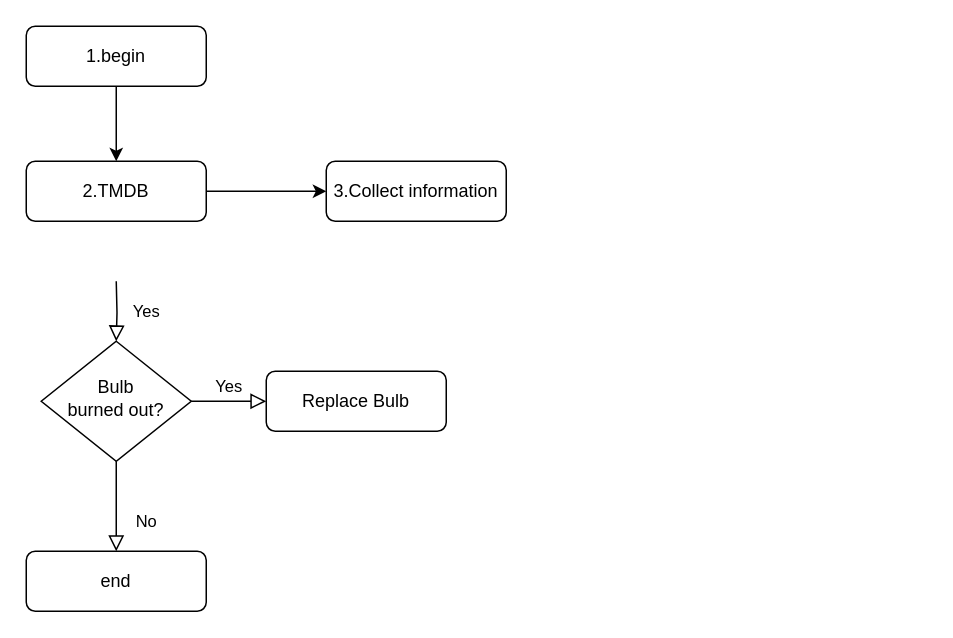
The draw.io diagram update/ZMDB数据流向图.drawio in stevezhouht/baiduCDP, before the edit. Source tidied: cells renumbered, new cells numbered last; positions are measured from the earlier drawing's top-left corner, leaving out a move shared by most shapes. Both pictures are drawn from the tidied source at 150%, with x=0, y=0 at pixel (26, 26).
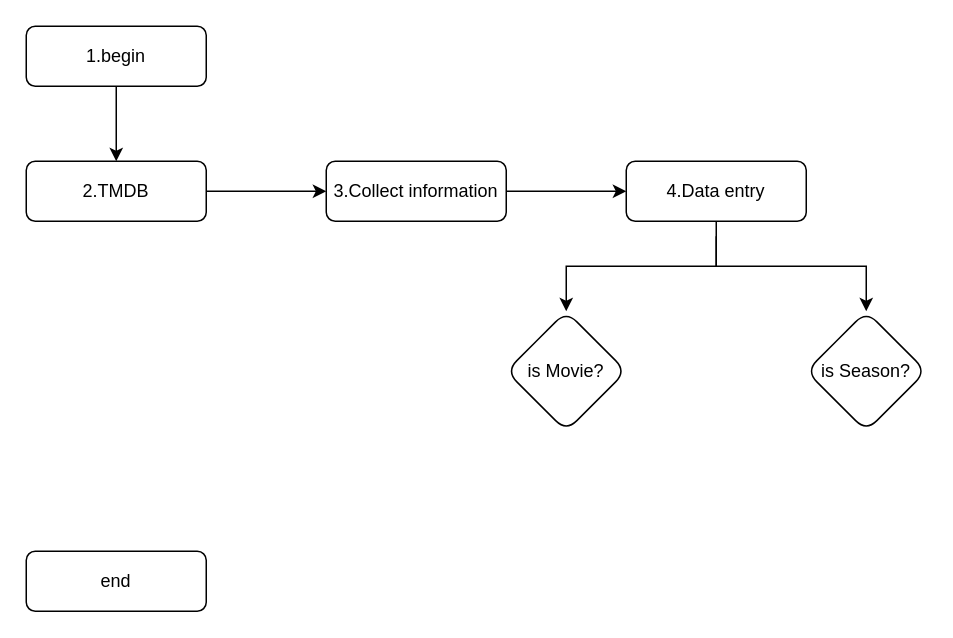
The same diagram, later.

Commit message (it also covers changes not shown here):
更新ZMDB数据流向图.drawio

The edit, as a diff of the source:
```diff
@@
 <mxGraphModel>
   <root>
     <mxCell id="0" />
     <mxCell id="1" parent="0" />
     <mxCell id="2" style="edgeStyle=orthogonalEdgeStyle;rounded=0;jettySize=auto;html=1;" parent="1" edge="1" source="3" target="11">
       <mxGeometry relative="1" as="geometry" />
     </mxCell>
     <mxCell id="3" value="1.begin" style="rounded=1;whiteSpace=wrap;html=1;fontSize=12;glass=0;strokeWidth=1;shadow=0;" parent="1" vertex="1">
       <mxGeometry width="120" height="40" as="geometry" />
     </mxCell>
-    <mxCell id="4" value="Yes" style="rounded=0;html=1;jettySize=auto;fontSize=11;endArrow=block;endFill=0;endSize=8;strokeWidth=1;shadow=0;labelBackgroundColor=none;edgeStyle=orthogonalEdgeStyle;" parent="1" edge="1" target="7">
-      <mxGeometry y="20" relative="1" as="geometry">
-        <mxPoint x="60" y="170" as="sourcePoint" />
-      </mxGeometry>
-    </mxCell>
-    <mxCell id="5" value="No" style="rounded=0;html=1;jettySize=auto;fontSize=11;endArrow=block;endFill=0;endSize=8;strokeWidth=1;shadow=0;labelBackgroundColor=none;edgeStyle=orthogonalEdgeStyle;" parent="1" edge="1" source="7" target="8">
-      <mxGeometry x="0.33" y="20" relative="1" as="geometry" />
-    </mxCell>
-    <mxCell id="6" value="Yes" style="edgeStyle=orthogonalEdgeStyle;rounded=0;html=1;jettySize=auto;fontSize=11;endArrow=block;endFill=0;endSize=8;strokeWidth=1;shadow=0;labelBackgroundColor=none;" parent="1" edge="1" source="7" target="9">
-      <mxGeometry y="10" relative="1" as="geometry" />
-    </mxCell>
-    <mxCell id="7" value="Bulb&lt;br&gt;burned out?" style="rhombus;whiteSpace=wrap;html=1;shadow=0;fontFamily=Helvetica;fontSize=12;align=center;strokeWidth=1;spacing=6;spacingTop=-4;" parent="1" vertex="1">
-      <mxGeometry x="10" y="210" width="100" height="80" as="geometry" />
-    </mxCell>
     <mxCell id="8" value="end" style="rounded=1;whiteSpace=wrap;html=1;fontSize=12;glass=0;strokeWidth=1;shadow=0;" parent="1" vertex="1">
       <mxGeometry y="350" width="120" height="40" as="geometry" />
     </mxCell>
-    <mxCell id="9" value="Replace Bulb" style="rounded=1;whiteSpace=wrap;html=1;fontSize=12;glass=0;strokeWidth=1;shadow=0;" parent="1" vertex="1">
-      <mxGeometry x="160" y="230" width="120" height="40" as="geometry" />
-    </mxCell>
     <mxCell id="10" style="edgeStyle=orthogonalEdgeStyle;rounded=0;jettySize=auto;html=1;" parent="1" edge="1" source="11" target="12">
       <mxGeometry relative="1" as="geometry" />
     </mxCell>
     <mxCell id="11" value="2.TMDB" style="rounded=1;whiteSpace=wrap;html=1;fontSize=12;glass=0;strokeWidth=1;shadow=0;" parent="1" vertex="1">
       <mxGeometry y="90" width="120" height="40" as="geometry" />
     </mxCell>
+    <mxCell id="13" style="edgeStyle=orthogonalEdgeStyle;rounded=0;jettySize=auto;html=1;" parent="1" edge="1" source="12" target="15">
+      <mxGeometry relative="1" as="geometry" />
+    </mxCell>
     <mxCell id="12" value="3.Collect information" style="rounded=1;whiteSpace=wrap;html=1;fontSize=12;glass=0;strokeWidth=1;shadow=0;" parent="1" vertex="1">
       <mxGeometry x="200" y="90" width="120" height="40" as="geometry" />
     </mxCell>
+    <mxCell id="14" style="edgeStyle=orthogonalEdgeStyle;rounded=0;jettySize=auto;html=1;" parent="1" edge="1" source="15" target="16">
+      <mxGeometry relative="1" as="geometry" />
+    </mxCell>
+    <mxCell id="15" value="4.Data entry" style="rounded=1;whiteSpace=wrap;html=1;fontSize=12;glass=0;strokeWidth=1;shadow=0;" parent="1" vertex="1">
+      <mxGeometry x="400" y="90" width="120" height="40" as="geometry" />
+    </mxCell>
+    <mxCell id="16" value="is Movie?" style="rhombus;whiteSpace=wrap;html=1;rounded=1;glass=0;strokeWidth=1;shadow=0;" parent="1" vertex="1">
+      <mxGeometry x="320" y="190" width="80" height="80" as="geometry" />
+    </mxCell>
+    <mxCell id="17" value="is Season?" style="rhombus;whiteSpace=wrap;html=1;rounded=1;glass=0;strokeWidth=1;shadow=0;" parent="1" vertex="1">
+      <mxGeometry x="520" y="190" width="80" height="80" as="geometry" />
+    </mxCell>
+    <mxCell id="18" style="edgeStyle=orthogonalEdgeStyle;rounded=0;jettySize=auto;html=1;entryX=0.5;entryY=0;entryDx=0;entryDy=0;" parent="1" edge="1" target="17">
+      <mxGeometry relative="1" as="geometry">
+        <mxPoint x="460" y="140" as="sourcePoint" />
+        <Array as="points">
+          <mxPoint x="460" y="160" />
+          <mxPoint x="560" y="160" />
+        </Array>
+      </mxGeometry>
+    </mxCell>
   </root>
 </mxGraphModel>
```
